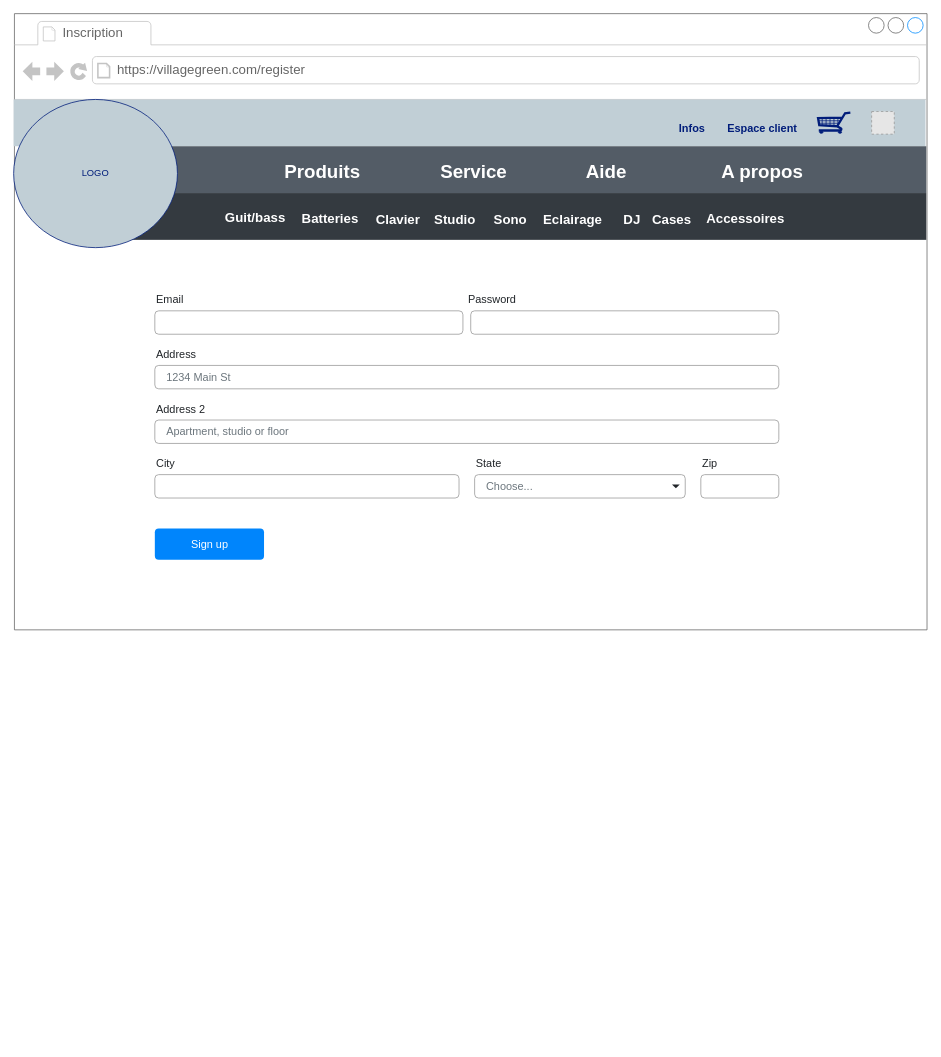
The draw.io diagram page "inscription" (2 of 4) of fil_rouge/maquette/diagram_filrouge.drawio in Rustam0-0/cda, before the edit. Source tidied: cells renumbered, new cells numbered last; positions are measured from the earlier drawing's top-left corner, leaving out a move shared by most shapes. Both pictures are drawn from the tidied source at 78%, with x=0, y=0 at pixel (13, 13). Pictures stored in the file or linked from it are replaced by grey dashed boxes.
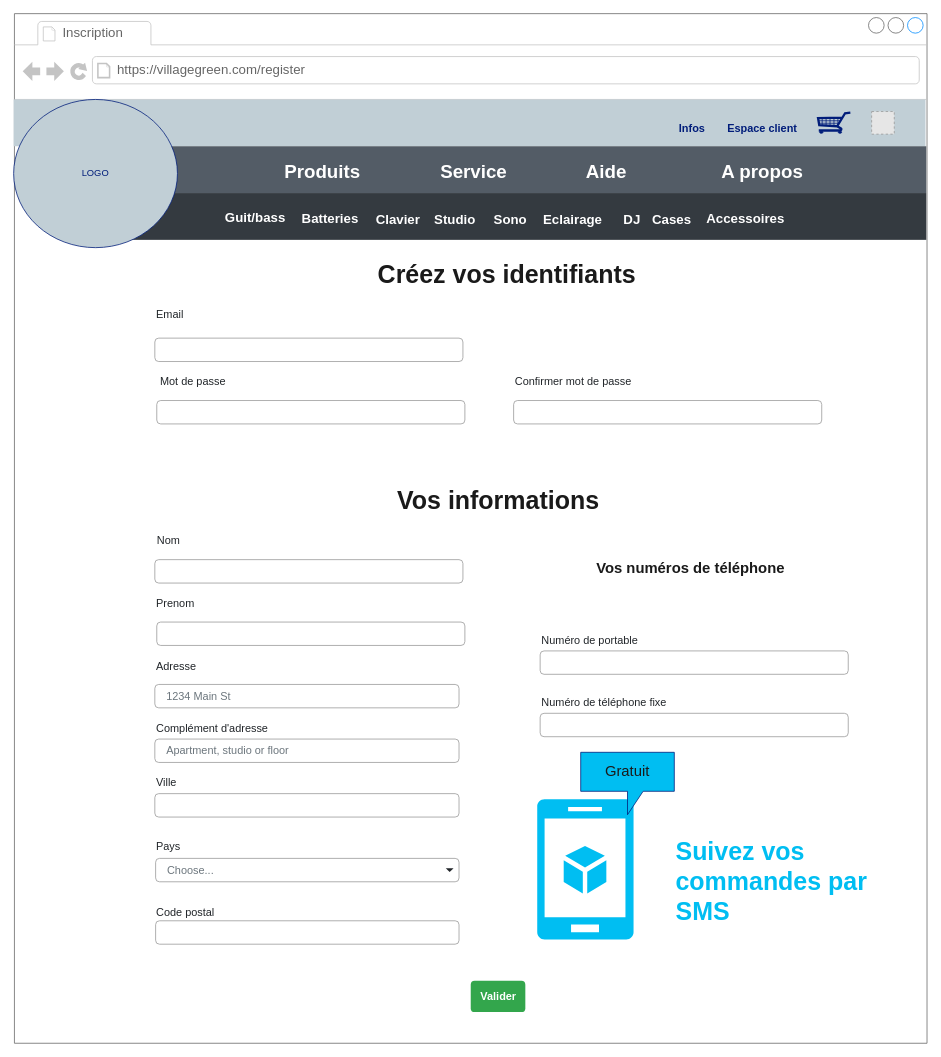
The same page after the edit.

Diff of the diagram source:
```diff
@@
     <mxCell id="2" style="strokeWidth=1;shadow=0;dashed=0;align=center;html=1;shape=mxgraph.mockup.containers.browserWindow;rSize=0;strokeColor=#666666;strokeColor2=#008cff;strokeColor3=#c4c4c4;mainText=,;fontSize=18;fontColor=#1A1A1A;fillColor=#FFFFFF;" parent="1" vertex="1">
-      <mxGeometry x="1" width="1170" height="790" as="geometry" />
+      <mxGeometry x="1" width="1170" height="1320" as="geometry" />
     </mxCell>
@@
-    <mxCell id="26" value="Sign up" style="html=1;shadow=0;dashed=0;shape=mxgraph.bootstrap.rrect;rSize=5;fillColor=#0085FC;strokeColor=none;align=center;fontSize=14;fontColor=#FFFFFF;" parent="2" vertex="1">
-      <mxGeometry x="180" y="660" width="140" height="40" as="geometry" />
-    </mxCell>
+    <mxCell id="30" style="html=1;shadow=0;dashed=0;shape=mxgraph.bootstrap.rrect;rSize=5;fillColor=none;strokeColor=#999999;align=left;spacing=15;fontSize=14;fontColor=#6C767D;" parent="2" vertex="1">
+      <mxGeometry x="182.5" y="496" width="395" height="30" as="geometry" />
+    </mxCell>
+    <mxCell id="42" style="html=1;shadow=0;dashed=0;shape=mxgraph.bootstrap.rrect;rSize=5;fillColor=none;strokeColor=#999999;align=left;spacing=15;fontSize=14;fontColor=#6C767D;" parent="2" vertex="1">
+      <mxGeometry x="640" y="496" width="395" height="30" as="geometry" />
+    </mxCell>
+    <mxCell id="43" value="Confirmer mot de passe" style="fillColor=none;strokeColor=none;align=left;fontSize=14;fontColor=#212529;shadow=0;" parent="2" vertex="1">
+      <mxGeometry x="640" y="456" width="400" height="30" as="geometry" />
+    </mxCell>
+    <mxCell id="44" value="&amp;nbsp; Valider" style="html=1;shadow=0;dashed=0;shape=mxgraph.bootstrap.rrect;rSize=5;strokeColor=none;strokeWidth=1;fillColor=#33A64C;fontColor=#FFFFFF;whiteSpace=wrap;align=left;verticalAlign=middle;spacingLeft=0;fontStyle=1;fontSize=14;spacing=5;" parent="2" vertex="1">
+      <mxGeometry x="585" y="1240" width="70" height="40" as="geometry" />
+    </mxCell>
+    <mxCell id="29" value="Mot de passe" style="fillColor=none;strokeColor=none;align=left;fontSize=14;fontColor=#212529;shadow=0;" parent="2" vertex="1">
+      <mxGeometry x="185" y="456" width="400" height="30" as="geometry" />
+    </mxCell>
+    <mxCell id="45" value="Numéro de portable" style="fillColor=none;strokeColor=none;align=left;fontSize=14;fontColor=#212529;shadow=0;" parent="2" vertex="1">
+      <mxGeometry x="674" y="787" width="400" height="30" as="geometry" />
+    </mxCell>
+    <mxCell id="46" style="html=1;shadow=0;dashed=0;shape=mxgraph.bootstrap.rrect;rSize=5;fillColor=none;strokeColor=#999999;align=left;spacing=15;fontSize=14;fontColor=#6C767D;" parent="2" vertex="1">
+      <mxGeometry x="674" y="817" width="395" height="30" as="geometry" />
+    </mxCell>
+    <mxCell id="28" style="html=1;shadow=0;dashed=0;shape=mxgraph.bootstrap.rrect;rSize=5;fillColor=none;strokeColor=#999999;align=left;spacing=15;fontSize=14;fontColor=#6C767D;" parent="2" vertex="1">
+      <mxGeometry x="180" y="416" width="395" height="30" as="geometry" />
+    </mxCell>
-    <mxCell id="27" value="Email" style="fillColor=none;strokeColor=none;align=left;fontSize=14;fontColor=#212529;shadow=0;" parent="1" vertex="1">
-      <mxGeometry x="181" y="351" width="400" height="30" as="geometry" />
+    <mxCell id="27" value="Email" style="fillColor=none;strokeColor=none;align=left;fontSize=14;fontColor=#212529;shadow=0;" parent="2" vertex="1">
+      <mxGeometry x="180" y="370" width="400" height="30" as="geometry" />
     </mxCell>
-    <mxCell id="28" style="html=1;shadow=0;dashed=0;shape=mxgraph.bootstrap.rrect;rSize=5;fillColor=none;strokeColor=#999999;align=left;spacing=15;fontSize=14;fontColor=#6C767D;" parent="1" vertex="1">
-      <mxGeometry x="181" y="381" width="395" height="30" as="geometry" />
-    </mxCell>
-    <mxCell id="29" value="Password" style="fillColor=none;strokeColor=none;align=left;fontSize=14;fontColor=#212529;shadow=0;" parent="1" vertex="1">
-      <mxGeometry x="581" y="351" width="400" height="30" as="geometry" />
-    </mxCell>
-    <mxCell id="30" style="html=1;shadow=0;dashed=0;shape=mxgraph.bootstrap.rrect;rSize=5;fillColor=none;strokeColor=#999999;align=left;spacing=15;fontSize=14;fontColor=#6C767D;" parent="1" vertex="1">
-      <mxGeometry x="586" y="381" width="395" height="30" as="geometry" />
-    </mxCell>
-    <mxCell id="31" value="Address" style="fillColor=none;strokeColor=none;align=left;fontSize=14;fontColor=#212529;shadow=0;" parent="1" vertex="1">
-      <mxGeometry x="181" y="421" width="390" height="30" as="geometry" />
-    </mxCell>
+    <mxCell id="47" value="&lt;b&gt;&lt;font style=&quot;font-size: 19px&quot;&gt;Vos numéros de téléphone&lt;/font&gt;&lt;/b&gt;" style="text;html=1;strokeColor=none;fillColor=none;align=center;verticalAlign=middle;whiteSpace=wrap;rounded=0;shadow=0;fontSize=18;fontColor=#1A1A1A;" parent="2" vertex="1">
+      <mxGeometry x="680" y="697" width="374" height="30" as="geometry" />
+    </mxCell>
+    <mxCell id="48" value="Numéro de téléphone fixe" style="fillColor=none;strokeColor=none;align=left;fontSize=14;fontColor=#212529;shadow=0;" parent="2" vertex="1">
+      <mxGeometry x="674" y="867" width="400" height="30" as="geometry" />
+    </mxCell>
+    <mxCell id="49" style="html=1;shadow=0;dashed=0;shape=mxgraph.bootstrap.rrect;rSize=5;fillColor=none;strokeColor=#999999;align=left;spacing=15;fontSize=14;fontColor=#6C767D;" parent="2" vertex="1">
+      <mxGeometry x="674" y="897" width="395" height="30" as="geometry" />
+    </mxCell>
+    <mxCell id="50" style="verticalLabelPosition=bottom;html=1;verticalAlign=top;align=center;strokeColor=none;fillColor=#00BEF2;shape=mxgraph.azure.mobile_services;shadow=0;fontSize=19;fontColor=#1A1A1A;" parent="2" vertex="1">
+      <mxGeometry x="670" y="1007" width="124" height="180" as="geometry" />
+    </mxCell>
+    <mxCell id="51" style="shape=callout;whiteSpace=wrap;html=1;perimeter=calloutPerimeter;shadow=0;fontSize=19;fontColor=#1A1A1A;strokeColor=#011D7A;fillColor=#00BEF2;" parent="2" vertex="1">
+      <mxGeometry x="726" y="947" width="120" height="80" as="geometry" />
+    </mxCell>
+    <mxCell id="52" value="Gratuit" style="text;html=1;strokeColor=none;fillColor=none;align=center;verticalAlign=middle;whiteSpace=wrap;rounded=0;shadow=0;fontSize=19;fontColor=#1A1A1A;" parent="2" vertex="1">
+      <mxGeometry x="756" y="957" width="60" height="30" as="geometry" />
+    </mxCell>
+    <mxCell id="53" value="&lt;div&gt;&lt;b&gt;&lt;font style=&quot;font-size: 32px&quot; color=&quot;#00bef2&quot;&gt;Suivez vos commandes par SMS&lt;/font&gt;&lt;/b&gt;&lt;/div&gt;" style="text;html=1;strokeColor=none;fillColor=none;align=left;verticalAlign=middle;whiteSpace=wrap;rounded=0;shadow=0;fontSize=19;fontColor=#1A1A1A;" parent="2" vertex="1">
+      <mxGeometry x="846" y="1061" width="248" height="103" as="geometry" />
+    </mxCell>
+    <mxCell id="37" value="Pays" style="fillColor=none;strokeColor=none;align=left;fontSize=14;fontColor=#212529;shadow=0;" parent="2" vertex="1">
+      <mxGeometry x="180" y="1052" width="220" height="30" as="geometry" />
+    </mxCell>
+    <mxCell id="38" value="Choose..." style="html=1;shadow=0;dashed=0;shape=mxgraph.bootstrap.rrect;rSize=5;fillColor=none;strokeColor=#999999;align=left;spacing=15;fontSize=14;fontColor=#6C767D;" parent="2" vertex="1">
+      <mxGeometry x="181" y="1083" width="389" height="30" as="geometry" />
+    </mxCell>
+    <mxCell id="39" style="shape=triangle;direction=south;fillColor=#212529;strokeColor=none;perimeter=none;shadow=0;fontSize=18;fontColor=#1A1A1A;" parent="38" vertex="1">
+      <mxGeometry x="1" y="0.5" width="10" height="5" relative="1" as="geometry">
+        <mxPoint x="-17" y="-2.5" as="offset" />
+      </mxGeometry>
+    </mxCell>
+    <mxCell id="40" value="Code postal" style="fillColor=none;strokeColor=none;align=left;fontSize=14;fontColor=#212529;shadow=0;" parent="2" vertex="1">
+      <mxGeometry x="180" y="1136" width="100" height="30" as="geometry" />
+    </mxCell>
+    <mxCell id="41" style="html=1;shadow=0;dashed=0;shape=mxgraph.bootstrap.rrect;rSize=5;fillColor=none;strokeColor=#999999;align=left;spacing=15;fontSize=14;fontColor=#6C767D;" parent="2" vertex="1">
+      <mxGeometry x="181" y="1163" width="389" height="30" as="geometry" />
+    </mxCell>
-    <mxCell id="32" value="1234 Main St" style="html=1;shadow=0;dashed=0;shape=mxgraph.bootstrap.rrect;rSize=5;fillColor=none;strokeColor=#999999;align=left;spacing=15;fontSize=14;fontColor=#6C767D;" parent="1" vertex="1">
-      <mxGeometry x="181" y="451" width="800" height="30" as="geometry" />
+    <mxCell id="32" value="1234 Main St" style="html=1;shadow=0;dashed=0;shape=mxgraph.bootstrap.rrect;rSize=5;fillColor=none;strokeColor=#999999;align=left;spacing=15;fontSize=14;fontColor=#6C767D;" parent="2" vertex="1">
+      <mxGeometry x="180" y="860" width="390" height="30" as="geometry" />
     </mxCell>
-    <mxCell id="33" value="Address 2" style="fillColor=none;strokeColor=none;align=left;fontSize=14;fontColor=#212529;shadow=0;" parent="1" vertex="1">
-      <mxGeometry x="181" y="491" width="390" height="30" as="geometry" />
+    <mxCell id="33" value="Complément d'adresse" style="fillColor=none;strokeColor=none;align=left;fontSize=14;fontColor=#212529;shadow=0;" parent="2" vertex="1">
+      <mxGeometry x="180" y="900" width="390" height="30" as="geometry" />
     </mxCell>
-    <mxCell id="34" value="Apartment, studio or floor" style="html=1;shadow=0;dashed=0;shape=mxgraph.bootstrap.rrect;rSize=5;fillColor=none;strokeColor=#999999;align=left;spacing=15;fontSize=14;fontColor=#6C767D;" parent="1" vertex="1">
-      <mxGeometry x="181" y="521" width="800" height="30" as="geometry" />
+    <mxCell id="34" value="Apartment, studio or floor" style="html=1;shadow=0;dashed=0;shape=mxgraph.bootstrap.rrect;rSize=5;fillColor=none;strokeColor=#999999;align=left;spacing=15;fontSize=14;fontColor=#6C767D;" parent="2" vertex="1">
+      <mxGeometry x="180" y="930" width="390" height="30" as="geometry" />
     </mxCell>
-    <mxCell id="35" value="City" style="fillColor=none;strokeColor=none;align=left;fontSize=14;fontColor=#212529;shadow=0;" parent="1" vertex="1">
-      <mxGeometry x="181" y="561" width="390" height="30" as="geometry" />
+    <mxCell id="35" value="Ville" style="fillColor=none;strokeColor=none;align=left;fontSize=14;fontColor=#212529;shadow=0;" parent="2" vertex="1">
+      <mxGeometry x="180" y="970" width="390" height="30" as="geometry" />
     </mxCell>
-    <mxCell id="36" style="html=1;shadow=0;dashed=0;shape=mxgraph.bootstrap.rrect;rSize=5;fillColor=none;strokeColor=#999999;align=left;spacing=15;fontSize=14;fontColor=#6C767D;" parent="1" vertex="1">
-      <mxGeometry x="181" y="591" width="390" height="30" as="geometry" />
+    <mxCell id="36" style="html=1;shadow=0;dashed=0;shape=mxgraph.bootstrap.rrect;rSize=5;fillColor=none;strokeColor=#999999;align=left;spacing=15;fontSize=14;fontColor=#6C767D;" parent="2" vertex="1">
+      <mxGeometry x="180" y="1000" width="390" height="30" as="geometry" />
     </mxCell>
-    <mxCell id="37" value="State" style="fillColor=none;strokeColor=none;align=left;fontSize=14;fontColor=#212529;shadow=0;" parent="1" vertex="1">
-      <mxGeometry x="591" y="561" width="220" height="30" as="geometry" />
-    </mxCell>
-    <mxCell id="38" value="Choose..." style="html=1;shadow=0;dashed=0;shape=mxgraph.bootstrap.rrect;rSize=5;fillColor=none;strokeColor=#999999;align=left;spacing=15;fontSize=14;fontColor=#6C767D;" parent="1" vertex="1">
-      <mxGeometry x="591" y="591" width="270" height="30" as="geometry" />
-    </mxCell>
-    <mxCell id="39" style="shape=triangle;direction=south;fillColor=#212529;strokeColor=none;perimeter=none;shadow=0;fontSize=18;fontColor=#1A1A1A;" parent="38" vertex="1">
-      <mxGeometry x="1" y="0.5" width="10" height="5" relative="1" as="geometry">
-        <mxPoint x="-17" y="-2.5" as="offset" />
-      </mxGeometry>
-    </mxCell>
-    <mxCell id="40" value="Zip" style="fillColor=none;strokeColor=none;align=left;fontSize=14;fontColor=#212529;shadow=0;" parent="1" vertex="1">
-      <mxGeometry x="881" y="561" width="100" height="30" as="geometry" />
-    </mxCell>
-    <mxCell id="41" style="html=1;shadow=0;dashed=0;shape=mxgraph.bootstrap.rrect;rSize=5;fillColor=none;strokeColor=#999999;align=left;spacing=15;fontSize=14;fontColor=#6C767D;" parent="1" vertex="1">
-      <mxGeometry x="881" y="591" width="100" height="30" as="geometry" />
-    </mxCell>
+    <mxCell id="31" value="Adresse" style="fillColor=none;strokeColor=none;align=left;fontSize=14;fontColor=#212529;shadow=0;" parent="2" vertex="1">
+      <mxGeometry x="180" y="821" width="390" height="30" as="geometry" />
+    </mxCell>
+    <mxCell id="54" style="html=1;shadow=0;dashed=0;shape=mxgraph.bootstrap.rrect;rSize=5;fillColor=none;strokeColor=#999999;align=left;spacing=15;fontSize=14;fontColor=#6C767D;" parent="2" vertex="1">
+      <mxGeometry x="182.5" y="780" width="395" height="30" as="geometry" />
+    </mxCell>
+    <mxCell id="55" style="html=1;shadow=0;dashed=0;shape=mxgraph.bootstrap.rrect;rSize=5;fillColor=none;strokeColor=#999999;align=left;spacing=15;fontSize=14;fontColor=#6C767D;" parent="2" vertex="1">
+      <mxGeometry x="180" y="700" width="395" height="30" as="geometry" />
+    </mxCell>
+    <mxCell id="56" value="Nom" style="fillColor=none;strokeColor=none;align=left;fontSize=14;fontColor=#212529;shadow=0;" parent="2" vertex="1">
+      <mxGeometry x="181" y="660" width="400" height="30" as="geometry" />
+    </mxCell>
+    <mxCell id="57" value="Prenom" style="fillColor=none;strokeColor=none;align=left;fontSize=14;fontColor=#212529;shadow=0;" parent="2" vertex="1">
+      <mxGeometry x="180" y="740" width="400" height="30" as="geometry" />
+    </mxCell>
+    <mxCell id="58" value="&lt;font color=&quot;#1a1a1a&quot;&gt;&lt;b&gt;Vos informations&lt;/b&gt;&lt;/font&gt;" style="text;html=1;strokeColor=none;fillColor=none;align=center;verticalAlign=middle;whiteSpace=wrap;rounded=0;shadow=0;fontSize=32;fontColor=#00BEF2;" parent="2" vertex="1">
+      <mxGeometry x="476.8" y="610" width="286.5" height="30" as="geometry" />
+    </mxCell>
+    <mxCell id="59" value="&lt;font color=&quot;#1a1a1a&quot;&gt;&lt;b&gt;Créez vos identifiants&lt;/b&gt;&lt;/font&gt;" style="text;html=1;strokeColor=none;fillColor=none;align=center;verticalAlign=middle;whiteSpace=wrap;rounded=0;shadow=0;fontSize=32;fontColor=#00BEF2;" parent="2" vertex="1">
+      <mxGeometry x="459.8" y="320" width="343.2" height="30" as="geometry" />
+    </mxCell>
```
